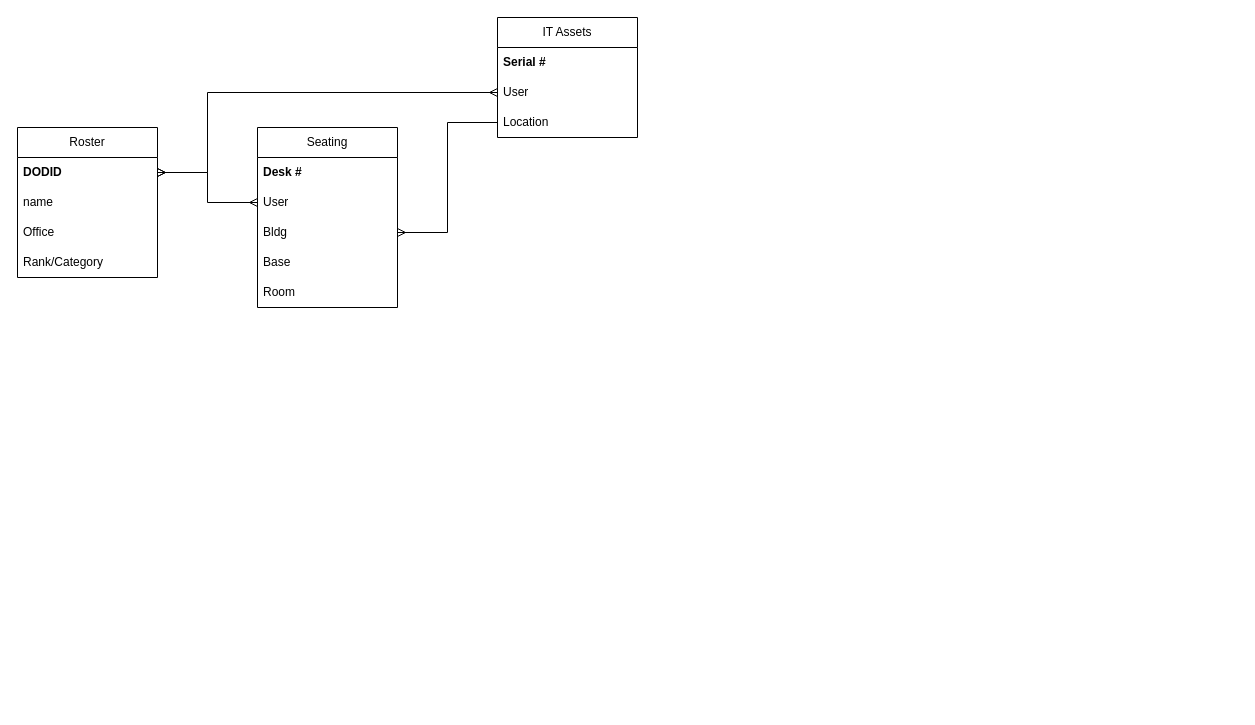
Above: Untitled Diagram.drawio in TeaganGilbert/demo-repo (draw.io), before the change. Source tidied: cells renumbered, new cells numbered last; positions are measured from the earlier drawing's top-left corner, leaving out a move shared by most shapes. Both pictures are drawn from the tidied source at 100%, with x=0, y=0 at pixel (17, 17).
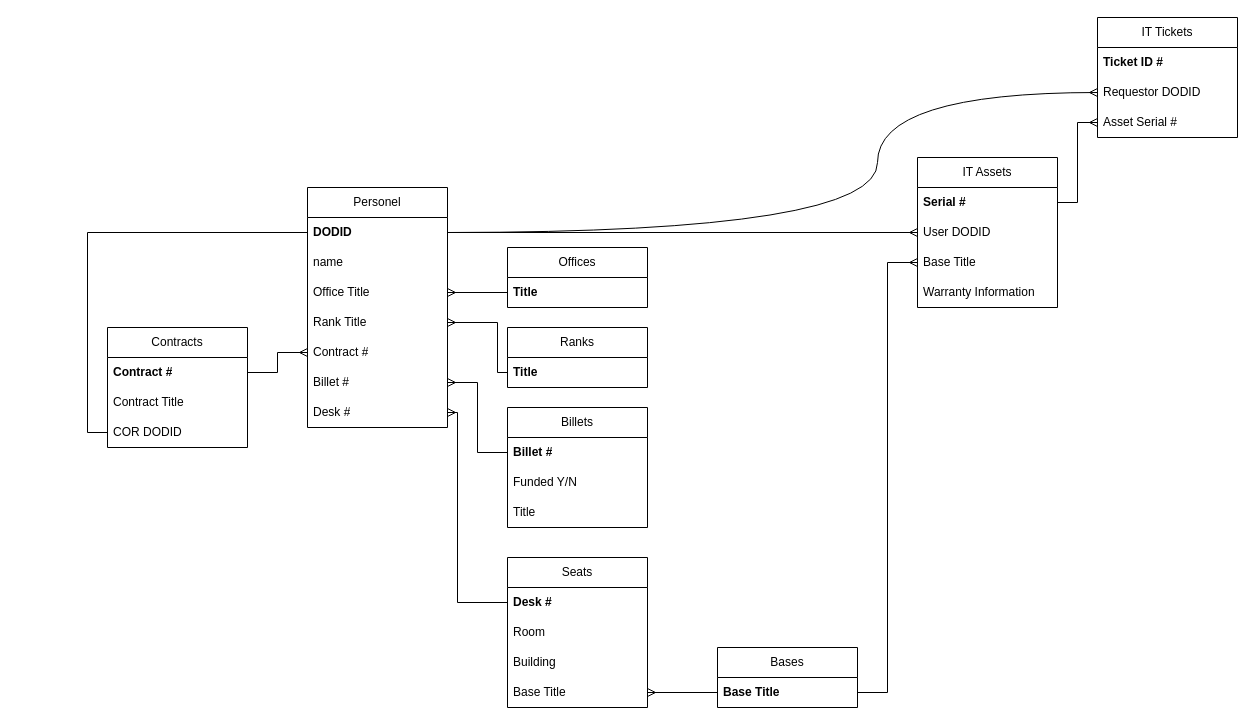
The same diagram, later.

The change refers to these unchanged cells:
```xml
<mxCell id="3" value="DODID" style="text;strokeColor=none;fillColor=none;align=left;verticalAlign=middle;spacingLeft=4;spacingRight=4;overflow=hidden;points=[[0,0.5],[1,0.5]];portConstraint=eastwest;whiteSpace=wrap;html=1;fontStyle=1;" parent="2" vertex="1">
  <mxGeometry y="30" width="140" height="30" as="geometry" />
</mxCell>
<mxCell id="8" value="Desk #" style="text;strokeColor=none;fillColor=none;align=left;verticalAlign=middle;spacingLeft=4;spacingRight=4;overflow=hidden;points=[[0,0.5],[1,0.5]];portConstraint=eastwest;whiteSpace=wrap;html=1;fontStyle=1;" parent="7" vertex="1">
  <mxGeometry y="30" width="140" height="30" as="geometry" />
</mxCell>
<mxCell id="15" value="Serial #" style="text;align=left;verticalAlign=middle;spacingLeft=4;spacingRight=4;overflow=hidden;points=[[0,0.5],[1,0.5]];portConstraint=eastwest;whiteSpace=wrap;html=1;shadow=0;fontStyle=1;" parent="14" vertex="1">
  <mxGeometry y="30" width="140" height="30" as="geometry" />
</mxCell>
```

Diff of the diagram source:
```diff
@@
-    <mxCell id="2" value="Roster" style="swimlane;fontStyle=0;horizontal=1;startSize=30;whiteSpace=wrap;html=1;" parent="1" vertex="1">
-      <mxGeometry y="110" width="140" height="150" as="geometry" />
+    <mxCell id="2" value="Personel" style="swimlane;fontStyle=0;horizontal=1;startSize=30;whiteSpace=wrap;html=1;" parent="1" vertex="1">
+      <mxGeometry x="290" y="170" width="140" height="240" as="geometry" />
     </mxCell>
@@
-    <mxCell id="5" value="Office" style="text;strokeColor=none;fillColor=none;align=left;verticalAlign=middle;spacingLeft=4;spacingRight=4;overflow=hidden;points=[[0,0.5],[1,0.5]];portConstraint=eastwest;whiteSpace=wrap;html=1;" parent="2" vertex="1">
+    <mxCell id="5" value="Office Title" style="text;strokeColor=none;fillColor=none;align=left;verticalAlign=middle;spacingLeft=4;spacingRight=4;overflow=hidden;points=[[0,0.5],[1,0.5]];portConstraint=eastwest;whiteSpace=wrap;html=1;" parent="2" vertex="1">
       <mxGeometry y="90" width="140" height="30" as="geometry" />
     </mxCell>
-    <mxCell id="6" value="Rank/Category" style="text;strokeColor=none;fillColor=none;align=left;verticalAlign=middle;spacingLeft=4;spacingRight=4;overflow=hidden;points=[[0,0.5],[1,0.5]];portConstraint=eastwest;whiteSpace=wrap;html=1;" parent="2" vertex="1">
+    <mxCell id="6" value="Rank Title" style="text;strokeColor=none;fillColor=none;align=left;verticalAlign=middle;spacingLeft=4;spacingRight=4;overflow=hidden;points=[[0,0.5],[1,0.5]];portConstraint=eastwest;whiteSpace=wrap;html=1;" parent="2" vertex="1">
       <mxGeometry y="120" width="140" height="30" as="geometry" />
     </mxCell>
+    <mxCell id="20" value="Contract #" style="text;strokeColor=none;fillColor=none;align=left;verticalAlign=middle;spacingLeft=4;spacingRight=4;overflow=hidden;points=[[0,0.5],[1,0.5]];portConstraint=eastwest;whiteSpace=wrap;html=1;" parent="2" vertex="1">
+      <mxGeometry y="150" width="140" height="30" as="geometry" />
+    </mxCell>
+    <mxCell id="21" value="Billet #" style="text;strokeColor=none;fillColor=none;align=left;verticalAlign=middle;spacingLeft=4;spacingRight=4;overflow=hidden;points=[[0,0.5],[1,0.5]];portConstraint=eastwest;whiteSpace=wrap;html=1;" parent="2" vertex="1">
+      <mxGeometry y="180" width="140" height="30" as="geometry" />
+    </mxCell>
+    <mxCell id="22" value="Desk #" style="text;strokeColor=none;fillColor=none;align=left;verticalAlign=middle;spacingLeft=4;spacingRight=4;overflow=hidden;points=[[0,0.5],[1,0.5]];portConstraint=eastwest;whiteSpace=wrap;html=1;" parent="2" vertex="1">
+      <mxGeometry y="210" width="140" height="30" as="geometry" />
+    </mxCell>
-    <mxCell id="7" value="Seating" style="swimlane;fontStyle=0;horizontal=1;startSize=30;whiteSpace=wrap;html=1;" parent="1" vertex="1">
-      <mxGeometry x="240" y="110" width="140" height="180" as="geometry" />
+    <mxCell id="7" value="Seats" style="swimlane;fontStyle=0;horizontal=1;startSize=30;whiteSpace=wrap;html=1;" parent="1" vertex="1">
+      <mxGeometry x="490" y="540" width="140" height="150" as="geometry" />
     </mxCell>
@@
-    <mxCell id="9" value="User" style="text;strokeColor=none;fillColor=none;align=left;verticalAlign=middle;spacingLeft=4;spacingRight=4;overflow=hidden;points=[[0,0.5],[1,0.5]];portConstraint=eastwest;whiteSpace=wrap;html=1;" parent="7" vertex="1">
-      <mxGeometry y="60" width="140" height="30" as="geometry" />
-    </mxCell>
-    <mxCell id="10" value="Bldg" style="text;strokeColor=none;fillColor=none;align=left;verticalAlign=middle;spacingLeft=4;spacingRight=4;overflow=hidden;points=[[0,0.5],[1,0.5]];portConstraint=eastwest;whiteSpace=wrap;html=1;" parent="7" vertex="1">
-      <mxGeometry y="90" width="140" height="30" as="geometry" />
+    <mxCell id="10" value="Room" style="text;strokeColor=none;fillColor=none;align=left;verticalAlign=middle;spacingLeft=4;spacingRight=4;overflow=hidden;points=[[0,0.5],[1,0.5]];portConstraint=eastwest;whiteSpace=wrap;html=1;" parent="7" vertex="1">
+      <mxGeometry y="60" width="140" height="30" as="geometry" />
     </mxCell>
-    <mxCell id="11" value="Base" style="text;strokeColor=none;fillColor=none;align=left;verticalAlign=middle;spacingLeft=4;spacingRight=4;overflow=hidden;whiteSpace=wrap;html=1;" parent="7" vertex="1">
-      <mxGeometry y="120" width="140" height="30" as="geometry" />
+    <mxCell id="11" value="Building" style="text;strokeColor=none;fillColor=none;align=left;verticalAlign=middle;spacingLeft=4;spacingRight=4;overflow=hidden;whiteSpace=wrap;html=1;" parent="7" vertex="1">
+      <mxGeometry y="90" width="140" height="30" as="geometry" />
     </mxCell>
-    <mxCell id="12" value="Room" style="text;strokeColor=none;fillColor=none;align=left;verticalAlign=middle;spacingLeft=4;spacingRight=4;overflow=hidden;points=[[0,0.5],[1,0.5]];portConstraint=eastwest;whiteSpace=wrap;html=1;" parent="7" vertex="1">
-      <mxGeometry y="150" width="140" height="30" as="geometry" />
+    <mxCell id="12" value="Base Title" style="text;strokeColor=none;fillColor=none;align=left;verticalAlign=middle;spacingLeft=4;spacingRight=4;overflow=hidden;points=[[0,0.5],[1,0.5]];portConstraint=eastwest;whiteSpace=wrap;html=1;" parent="7" vertex="1">
+      <mxGeometry y="120" width="140" height="30" as="geometry" />
     </mxCell>
-    <mxCell id="13" style="endArrow=ERmany;html=1;rounded=0;exitX=1;exitY=0.5;exitDx=0;exitDy=0;entryX=0;entryY=0.5;entryDx=0;entryDy=0;edgeStyle=orthogonalEdgeStyle;startArrow=ERmany;startFill=0;endFill=0;" parent="1" edge="1" source="3" target="9">
-      <mxGeometry relative="1" as="geometry" />
-    </mxCell>
     <mxCell id="14" value="IT Assets" style="swimlane;fontStyle=0;horizontal=1;startSize=30;whiteSpace=wrap;html=1;" parent="1" vertex="1">
-      <mxGeometry x="480" width="140" height="120" as="geometry" />
+      <mxGeometry x="900" y="140" width="140" height="150" as="geometry" />
     </mxCell>
@@
-    <mxCell id="16" value="User" style="text;strokeColor=none;fillColor=none;align=left;verticalAlign=middle;spacingLeft=4;spacingRight=4;overflow=hidden;points=[[0,0.5],[1,0.5]];portConstraint=eastwest;whiteSpace=wrap;html=1;" parent="14" vertex="1">
+    <mxCell id="16" value="User DODID" style="text;strokeColor=none;fillColor=none;align=left;verticalAlign=middle;spacingLeft=4;spacingRight=4;overflow=hidden;points=[[0,0.5],[1,0.5]];portConstraint=eastwest;whiteSpace=wrap;html=1;" parent="14" vertex="1">
       <mxGeometry y="60" width="140" height="30" as="geometry" />
     </mxCell>
-    <mxCell id="17" value="Location" style="text;strokeColor=none;fillColor=none;align=left;verticalAlign=middle;spacingLeft=4;spacingRight=4;overflow=hidden;points=[[0,0.5],[1,0.5]];portConstraint=eastwest;whiteSpace=wrap;html=1;" parent="14" vertex="1">
+    <mxCell id="17" value="Base Title" style="text;strokeColor=none;fillColor=none;align=left;verticalAlign=middle;spacingLeft=4;spacingRight=4;overflow=hidden;points=[[0,0.5],[1,0.5]];portConstraint=eastwest;whiteSpace=wrap;html=1;" parent="14" vertex="1">
       <mxGeometry y="90" width="140" height="30" as="geometry" />
     </mxCell>
+    <mxCell id="23" value="Warranty Information" style="text;strokeColor=none;fillColor=none;align=left;verticalAlign=middle;spacingLeft=4;spacingRight=4;overflow=hidden;whiteSpace=wrap;html=1;" parent="14" vertex="1">
+      <mxGeometry y="120" width="140" height="30" as="geometry" />
+    </mxCell>
+    <mxCell id="24" value="Billets" style="swimlane;fontStyle=0;horizontal=1;startSize=30;whiteSpace=wrap;html=1;" parent="1" vertex="1">
+      <mxGeometry x="490" y="390" width="140" height="120" as="geometry" />
+    </mxCell>
+    <mxCell id="25" value="Billet #" style="text;strokeColor=none;fillColor=none;align=left;verticalAlign=middle;spacingLeft=4;spacingRight=4;overflow=hidden;points=[[0,0.5],[1,0.5]];portConstraint=eastwest;whiteSpace=wrap;html=1;fontStyle=1;" parent="24" vertex="1">
+      <mxGeometry y="30" width="140" height="30" as="geometry" />
+    </mxCell>
+    <mxCell id="26" value="Funded Y/N" style="text;strokeColor=none;fillColor=none;align=left;verticalAlign=middle;spacingLeft=4;spacingRight=4;overflow=hidden;whiteSpace=wrap;html=1;" parent="24" vertex="1">
+      <mxGeometry y="60" width="140" height="30" as="geometry" />
+    </mxCell>
+    <mxCell id="27" value="Title" style="text;strokeColor=none;fillColor=none;align=left;verticalAlign=middle;spacingLeft=4;spacingRight=4;overflow=hidden;whiteSpace=wrap;html=1;" parent="24" vertex="1">
+      <mxGeometry y="90" width="140" height="30" as="geometry" />
+    </mxCell>
+    <mxCell id="28" value="Contracts" style="swimlane;fontStyle=0;horizontal=1;startSize=30;whiteSpace=wrap;html=1;" parent="1" vertex="1">
+      <mxGeometry x="90" y="310" width="140" height="120" as="geometry" />
+    </mxCell>
+    <mxCell id="29" value="Contract #" style="text;strokeColor=none;fillColor=none;align=left;verticalAlign=middle;spacingLeft=4;spacingRight=4;overflow=hidden;points=[[0,0.5],[1,0.5]];portConstraint=eastwest;whiteSpace=wrap;html=1;fontStyle=1;" parent="28" vertex="1">
+      <mxGeometry y="30" width="140" height="30" as="geometry" />
+    </mxCell>
+    <mxCell id="30" value="Contract Title" style="text;strokeColor=none;fillColor=none;align=left;verticalAlign=middle;spacingLeft=4;spacingRight=4;overflow=hidden;whiteSpace=wrap;html=1;" parent="28" vertex="1">
+      <mxGeometry y="60" width="140" height="30" as="geometry" />
+    </mxCell>
+    <mxCell id="31" value="COR DODID" style="text;strokeColor=none;fillColor=none;align=left;verticalAlign=middle;spacingLeft=4;spacingRight=4;overflow=hidden;points=[[0,0.5],[1,0.5]];portConstraint=eastwest;whiteSpace=wrap;html=1;" parent="28" vertex="1">
+      <mxGeometry y="90" width="140" height="30" as="geometry" />
+    </mxCell>
+    <mxCell id="32" style="endArrow=none;html=1;rounded=0;entryX=1;entryY=0.5;entryDx=0;entryDy=0;edgeStyle=orthogonalEdgeStyle;startArrow=ERmany;startFill=0;endFill=0;exitX=0;exitY=0.5;exitDx=0;exitDy=0;" parent="1" edge="1" source="20" target="29">
+      <mxGeometry relative="1" as="geometry">
+        <Array as="points">
+          <mxPoint x="260" y="335" />
+          <mxPoint x="260" y="355" />
+        </Array>
+      </mxGeometry>
+    </mxCell>
+    <mxCell id="33" style="edgeStyle=orthogonalEdgeStyle;rounded=0;jettySize=auto;html=1;entryX=0;entryY=0.5;entryDx=0;entryDy=0;endArrow=none;endFill=0;exitX=0;exitY=0.5;exitDx=0;exitDy=0;" parent="1" edge="1" source="31" target="3">
+      <mxGeometry relative="1" as="geometry" />
+    </mxCell>
+    <mxCell id="34" value="Offices" style="swimlane;fontStyle=0;horizontal=1;startSize=30;whiteSpace=wrap;html=1;" parent="1" vertex="1">
+      <mxGeometry x="490" y="230" width="140" height="60" as="geometry" />
+    </mxCell>
+    <mxCell id="35" value="Title" style="text;strokeColor=none;fillColor=none;align=left;verticalAlign=middle;spacingLeft=4;spacingRight=4;overflow=hidden;points=[[0,0.5],[1,0.5]];portConstraint=eastwest;whiteSpace=wrap;html=1;fontStyle=1;" parent="34" vertex="1">
+      <mxGeometry y="30" width="140" height="30" as="geometry" />
+    </mxCell>
+    <mxCell id="36" style="edgeStyle=orthogonalEdgeStyle;rounded=0;jettySize=auto;html=1;entryX=0;entryY=0.5;entryDx=0;entryDy=0;endArrow=none;endFill=0;exitX=1;exitY=0.5;exitDx=0;exitDy=0;startArrow=ERmany;startFill=0;" parent="1" edge="1" source="5" target="35">
+      <mxGeometry relative="1" as="geometry" />
+    </mxCell>
+    <mxCell id="37" value="Ranks" style="swimlane;fontStyle=0;horizontal=1;startSize=30;whiteSpace=wrap;html=1;" parent="1" vertex="1">
+      <mxGeometry x="490" y="310" width="140" height="60" as="geometry" />
+    </mxCell>
+    <mxCell id="38" value="Title" style="text;strokeColor=none;fillColor=none;align=left;verticalAlign=middle;spacingLeft=4;spacingRight=4;overflow=hidden;points=[[0,0.5],[1,0.5]];portConstraint=eastwest;whiteSpace=wrap;html=1;fontStyle=1;" parent="37" vertex="1">
+      <mxGeometry y="30" width="140" height="30" as="geometry" />
+    </mxCell>
+    <mxCell id="39" style="edgeStyle=orthogonalEdgeStyle;rounded=0;jettySize=auto;html=1;exitX=1;exitY=0.5;exitDx=0;exitDy=0;entryX=0;entryY=0.5;entryDx=0;entryDy=0;endArrow=none;endFill=0;startArrow=ERmany;startFill=0;" parent="1" edge="1" source="6" target="38">
+      <mxGeometry relative="1" as="geometry">
+        <Array as="points">
+          <mxPoint x="480" y="305" />
+          <mxPoint x="480" y="355" />
+        </Array>
+      </mxGeometry>
+    </mxCell>
+    <mxCell id="40" style="edgeStyle=orthogonalEdgeStyle;rounded=0;jettySize=auto;html=1;startArrow=ERmany;startFill=0;endArrow=none;endFill=0;" parent="1" edge="1" source="21" target="25">
+      <mxGeometry relative="1" as="geometry" />
+    </mxCell>
+    <mxCell id="41" style="edgeStyle=orthogonalEdgeStyle;rounded=0;jettySize=auto;html=1;entryX=0;entryY=0.5;entryDx=0;entryDy=0;startArrow=ERmany;startFill=0;endArrow=none;endFill=0;" parent="1" edge="1" source="22" target="8">
+      <mxGeometry relative="1" as="geometry">
+        <Array as="points">
+          <mxPoint x="440" y="395" />
+          <mxPoint x="440" y="585" />
+        </Array>
+      </mxGeometry>
+    </mxCell>
-    <mxCell id="18" style="endArrow=ERmany;html=1;rounded=0;exitX=1;exitY=0.5;exitDx=0;exitDy=0;entryX=0;entryY=0.5;entryDx=0;entryDy=0;edgeStyle=orthogonalEdgeStyle;startArrow=ERmany;startFill=0;endFill=0;" parent="1" edge="1" source="3" target="16">
-      <mxGeometry relative="1" as="geometry">
-        <Array as="points">
-          <mxPoint x="190" y="155" />
-          <mxPoint x="190" y="75" />
-        </Array>
-      </mxGeometry>
+    <mxCell id="18" style="edgeStyle=orthogonalEdgeStyle;rounded=0;jettySize=auto;html=1;endArrow=ERmany;endFill=0;" parent="1" edge="1" source="3" target="16">
+      <mxGeometry relative="1" as="geometry" />
     </mxCell>
-    <mxCell id="19" style="endArrow=none;html=1;rounded=0;exitX=1;exitY=0.5;exitDx=0;exitDy=0;entryX=0;entryY=0.5;entryDx=0;entryDy=0;edgeStyle=orthogonalEdgeStyle;startArrow=ERmany;startFill=0;endFill=0;" parent="1" edge="1" source="10" target="17">
-      <mxGeometry relative="1" as="geometry">
-        <Array as="points">
-          <mxPoint x="430" y="215" />
-          <mxPoint x="430" y="105" />
-        </Array>
-      </mxGeometry>
-    </mxCell>
+    <mxCell id="42" value="Bases" style="swimlane;fontStyle=0;horizontal=1;startSize=30;whiteSpace=wrap;html=1;" parent="1" vertex="1">
+      <mxGeometry x="700" y="630" width="140" height="60" as="geometry" />
+    </mxCell>
+    <mxCell id="43" value="Base Title" style="text;strokeColor=none;fillColor=none;align=left;verticalAlign=middle;spacingLeft=4;spacingRight=4;overflow=hidden;points=[[0,0.5],[1,0.5]];portConstraint=eastwest;whiteSpace=wrap;html=1;fontStyle=1;" parent="42" vertex="1">
+      <mxGeometry y="30" width="140" height="30" as="geometry" />
+    </mxCell>
+    <mxCell id="44" style="edgeStyle=orthogonalEdgeStyle;rounded=0;jettySize=auto;html=1;entryX=0;entryY=0.5;entryDx=0;entryDy=0;startArrow=ERmany;startFill=0;endArrow=none;endFill=0;" parent="1" edge="1" source="12" target="43">
+      <mxGeometry relative="1" as="geometry" />
+    </mxCell>
+    <mxCell id="45" style="edgeStyle=orthogonalEdgeStyle;rounded=0;jettySize=auto;html=1;entryX=1;entryY=0.5;entryDx=0;entryDy=0;startArrow=ERmany;startFill=0;endArrow=none;endFill=0;" parent="1" edge="1" source="17" target="43">
+      <mxGeometry relative="1" as="geometry" />
+    </mxCell>
+    <mxCell id="46" value="IT Tickets" style="swimlane;fontStyle=0;horizontal=1;startSize=30;whiteSpace=wrap;html=1;" parent="1" vertex="1">
+      <mxGeometry x="1080" width="140" height="120" as="geometry" />
+    </mxCell>
+    <mxCell id="47" value="Ticket ID #" style="text;strokeColor=none;fillColor=none;align=left;verticalAlign=middle;spacingLeft=4;spacingRight=4;overflow=hidden;whiteSpace=wrap;html=1;fontStyle=1;" parent="46" vertex="1">
+      <mxGeometry y="30" width="140" height="30" as="geometry" />
+    </mxCell>
+    <mxCell id="48" value="Requestor DODID" style="text;strokeColor=none;fillColor=none;align=left;verticalAlign=middle;spacingLeft=4;spacingRight=4;overflow=hidden;points=[[0,0.5],[1,0.5]];portConstraint=eastwest;whiteSpace=wrap;html=1;" parent="46" vertex="1">
+      <mxGeometry y="60" width="140" height="30" as="geometry" />
+    </mxCell>
+    <mxCell id="49" value="Asset Serial #" style="text;strokeColor=none;fillColor=none;align=left;verticalAlign=middle;spacingLeft=4;spacingRight=4;overflow=hidden;points=[[0,0.5],[1,0.5]];portConstraint=eastwest;whiteSpace=wrap;html=1;" parent="46" vertex="1">
+      <mxGeometry y="90" width="140" height="30" as="geometry" />
+    </mxCell>
+    <mxCell id="50" style="edgeStyle=orthogonalEdgeStyle;rounded=0;jettySize=auto;html=1;entryX=0;entryY=0.5;entryDx=0;entryDy=0;endArrow=ERmany;endFill=0;startArrow=none;startFill=0;" parent="1" edge="1" source="15" target="49">
+      <mxGeometry relative="1" as="geometry" />
+    </mxCell>
+    <mxCell id="51" style="edgeStyle=orthogonalEdgeStyle;rounded=0;jettySize=auto;html=1;entryX=1;entryY=0.5;entryDx=0;entryDy=0;endArrow=none;endFill=0;startArrow=ERmany;startFill=0;curved=1;" parent="1" edge="1" source="48" target="3">
+      <mxGeometry relative="1" as="geometry">
+        <Array as="points">
+          <mxPoint x="860" y="75" />
+          <mxPoint x="860" y="215" />
+        </Array>
+      </mxGeometry>
+    </mxCell>
```
